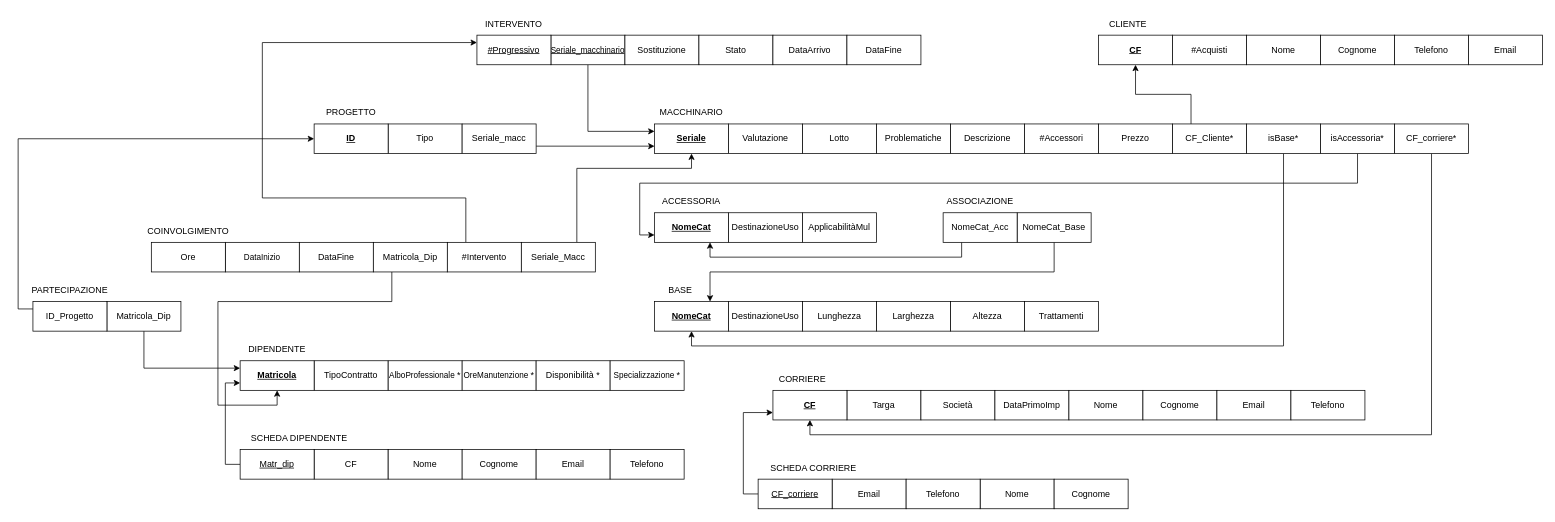
MicheleRabesco/MacchinariEstetici keeps this draw.io diagram as Mapping.drawio. Above is the earlier version. Source tidied: cells renumbered, new cells numbered last; positions are measured from the earlier drawing's top-left corner, leaving out a move shared by most shapes. Both pictures are drawn from the tidied source at 74%, with x=0, y=0 at pixel (33, 13).
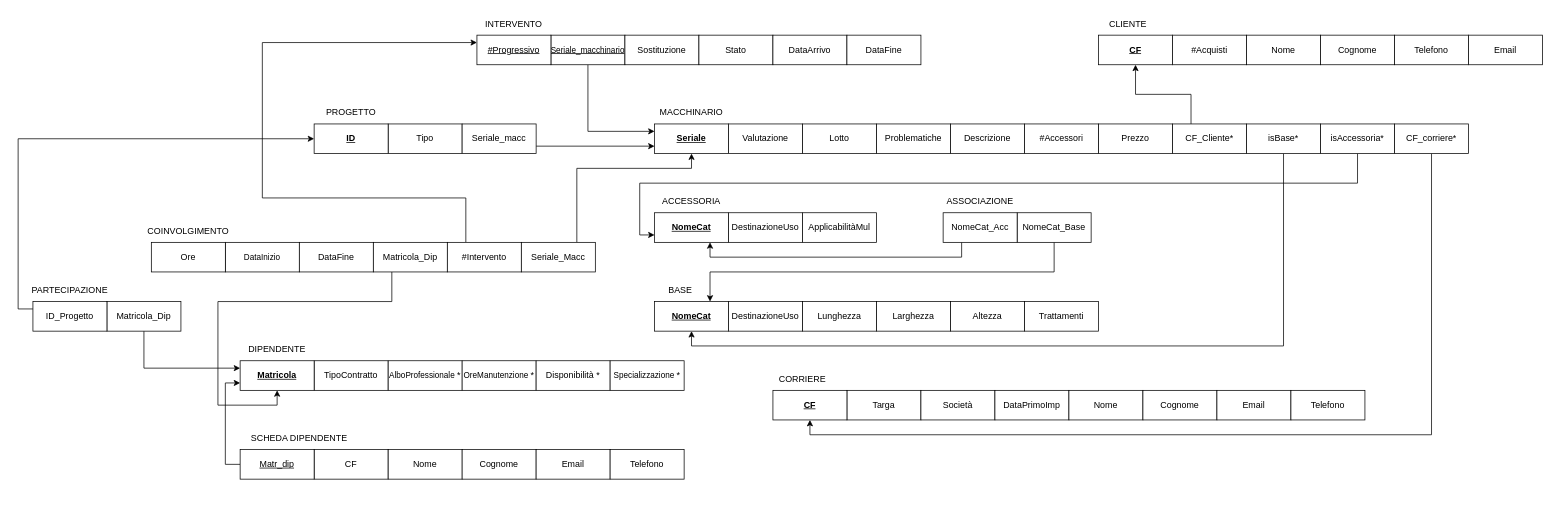
After the change.

Unchanged cells that the change refers to:
```xml
<mxCell id="29" value="&lt;u&gt;&lt;b&gt;CF&lt;/b&gt;&lt;/u&gt;" style="whiteSpace=wrap;html=1;align=center;" parent="1" vertex="1">
  <mxGeometry x="1000" y="510" width="100" height="40" as="geometry" />
</mxCell>
```

Change to the diagram source:
```diff
@@
-    <mxCell id="31" value="Nome" style="whiteSpace=wrap;html=1;align=center;" parent="1" vertex="1">
-      <mxGeometry x="1280" y="630" width="100" height="40" as="geometry" />
-    </mxCell>
-    <mxCell id="32" value="Cognome" style="whiteSpace=wrap;html=1;align=center;" parent="1" vertex="1">
-      <mxGeometry x="1380" y="630" width="100" height="40" as="geometry" />
-    </mxCell>
@@
-    <mxCell id="35" value="Email" style="whiteSpace=wrap;html=1;align=center;" parent="1" vertex="1">
-      <mxGeometry x="1080" y="630" width="100" height="40" as="geometry" />
-    </mxCell>
-    <mxCell id="36" style="edgeStyle=orthogonalEdgeStyle;rounded=0;jettySize=auto;html=1;exitX=0;exitY=0.5;exitDx=0;exitDy=0;entryX=0;entryY=0.75;entryDx=0;entryDy=0;fontSize=11;" parent="1" edge="1" source="37" target="29">
-      <mxGeometry relative="1" as="geometry" />
-    </mxCell>
-    <mxCell id="37" value="&lt;u&gt;CF_corriere&lt;/u&gt;" style="whiteSpace=wrap;html=1;align=center;" parent="1" vertex="1">
-      <mxGeometry x="980" y="630" width="100" height="40" as="geometry" />
-    </mxCell>
-    <mxCell id="38" value="SCHEDA CORRIERE" style="text;html=1;strokeColor=none;fillColor=none;align=center;verticalAlign=middle;whiteSpace=wrap;rounded=0;" parent="1" vertex="1">
-      <mxGeometry x="990" y="600" width="130" height="30" as="geometry" />
-    </mxCell>
-    <mxCell id="39" value="Telefono" style="whiteSpace=wrap;html=1;align=center;" parent="1" vertex="1">
-      <mxGeometry x="1180" y="630" width="100" height="40" as="geometry" />
-    </mxCell>
```
